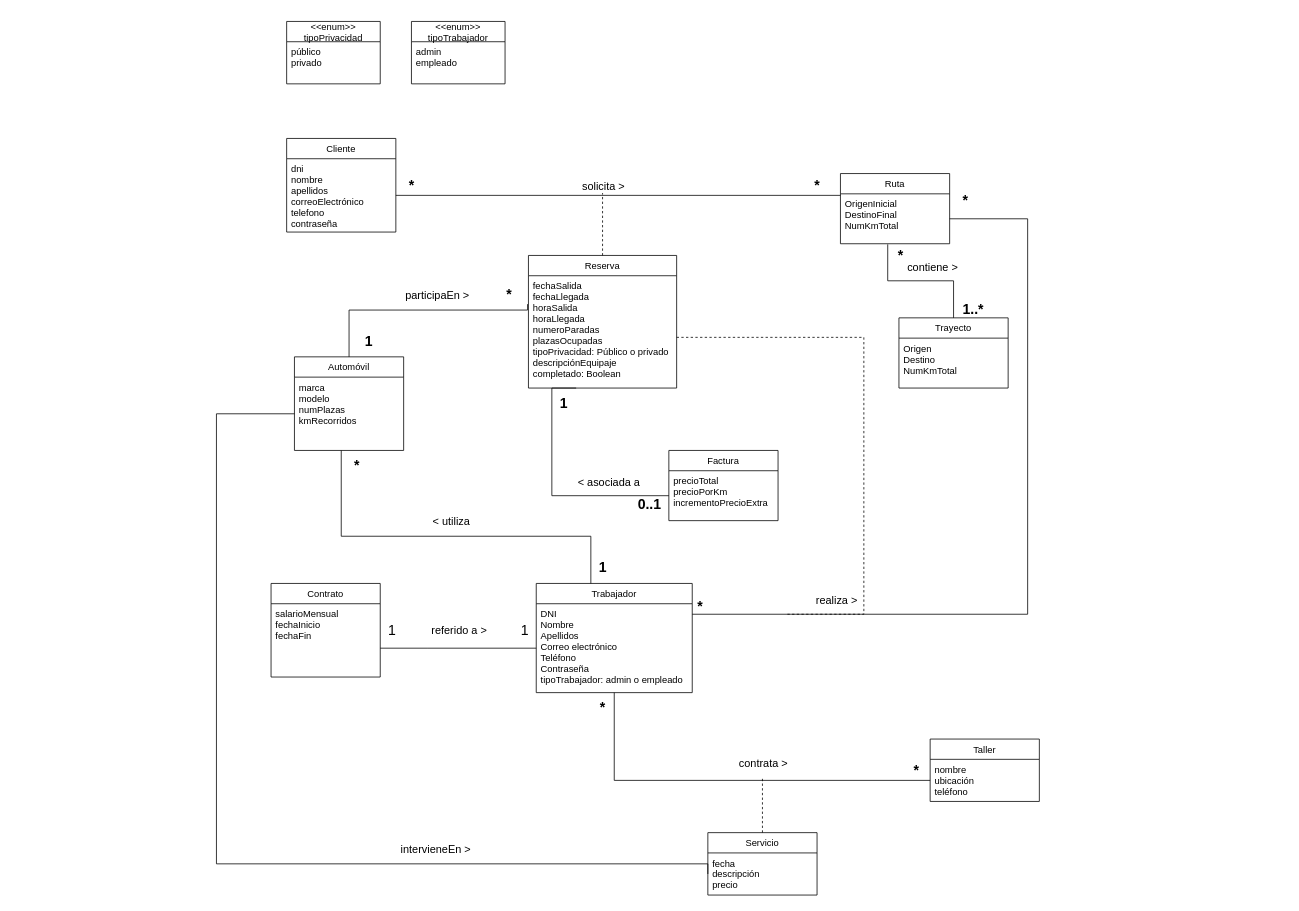
Earlier version of the draw.io diagram UML clase flotante.drawio (gii-is-DP1/dp1-2020-g2-3). Source tidied: cells renumbered, new cells numbered last; positions are measured from the earlier drawing's top-left corner, leaving out a move shared by most shapes. Both pictures are drawn from the tidied source at 78%, with x=0, y=0 at pixel (216, 21).
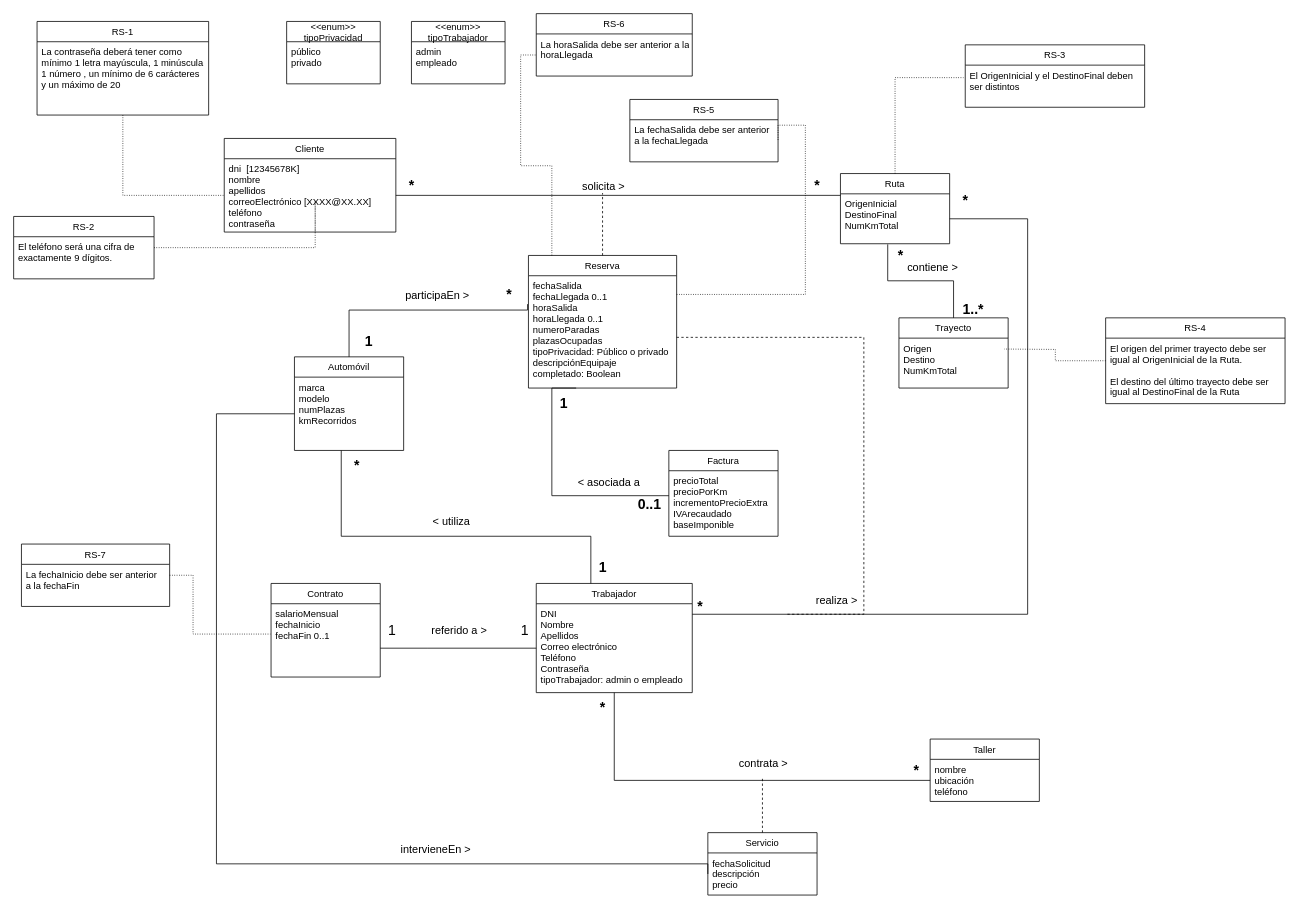
The same diagram, later.

The change refers to these unchanged cells:
```xml
<mxCell id="4" value="Ruta" style="swimlane;fontStyle=0;horizontal=1;startSize=26;fillColor=none;" parent="1" vertex="1">
  <mxGeometry x="800" y="195" width="140" height="90" as="geometry" />
</mxCell>
<mxCell id="13" value="Contrato" style="swimlane;fontStyle=0;horizontal=1;startSize=26;fillColor=none;" parent="1" vertex="1">
  <mxGeometry x="70" y="720.5" width="140" height="120" as="geometry" />
</mxCell>
<mxCell id="17" value="Trayecto" style="swimlane;fontStyle=0;horizontal=1;startSize=26;fillColor=none;" parent="1" vertex="1">
  <mxGeometry x="875" y="380" width="140" height="90" as="geometry" />
</mxCell>
<mxCell id="27" value="Reserva" style="swimlane;fontStyle=0;horizontal=1;startSize=26;fillColor=none;" parent="1" vertex="1">
  <mxGeometry x="400" y="300" width="190" height="170" as="geometry" />
</mxCell>
<mxCell id="48" value="Servicio" style="swimlane;fontStyle=0;horizontal=1;startSize=26;fillColor=none;" parent="1" vertex="1">
  <mxGeometry x="630" y="1040" width="140" height="80" as="geometry" />
</mxCell>
```

What changed in the source:
```diff
@@
     <mxCell id="2" value="Cliente" style="swimlane;fontStyle=0;horizontal=1;startSize=26;fillColor=none;" parent="1" vertex="1">
-      <mxGeometry x="90" y="150" width="140" height="120" as="geometry" />
+      <mxGeometry x="10" y="150" width="220" height="120" as="geometry" />
     </mxCell>
-    <mxCell id="3" value="dni&#10;nombre&#10;apellidos&#10;correoElectrónico&#10;telefono&#10;contraseña" style="text;strokeColor=none;fillColor=none;align=left;verticalAlign=top;spacingLeft=4;spacingRight=4;overflow=hidden;points=[[0,0.5],[1,0.5]];portConstraint=eastwest;" parent="2" vertex="1">
-      <mxGeometry y="26" width="140" height="94" as="geometry" />
+    <mxCell id="3" value="dni  [12345678K]&#10;nombre &#10;apellidos &#10;correoElectrónico [XXXX@XX.XX]&#10;teléfono &#10;contraseña" style="text;strokeColor=none;fillColor=none;align=left;verticalAlign=top;spacingLeft=4;spacingRight=4;overflow=hidden;points=[[0,0.5],[1,0.5]];portConstraint=eastwest;" parent="2" vertex="1">
+      <mxGeometry y="26" width="220" height="94" as="geometry" />
     </mxCell>
+    <mxCell id="63" style="edgeStyle=orthogonalEdgeStyle;rounded=0;jettySize=auto;html=1;entryX=-0.01;entryY=0.297;entryDx=0;entryDy=0;entryPerimeter=0;dashed=1;dashPattern=1 2;endArrow=none;endFill=0;" parent="1" edge="1" source="4" target="72">
+      <mxGeometry relative="1" as="geometry" />
+    </mxCell>
@@
-    <mxCell id="5" value="OrigenInicial&#10;DestinoFinal&#10;NumKmTotal" style="text;strokeColor=none;fillColor=none;align=left;verticalAlign=top;spacingLeft=4;spacingRight=4;overflow=hidden;points=[[0,0.5],[1,0.5]];portConstraint=eastwest;" parent="4" vertex="1">
+    <mxCell id="5" value="OrigenInicial&#10;DestinoFinal &#10;NumKmTotal " style="text;strokeColor=none;fillColor=none;align=left;verticalAlign=top;spacingLeft=4;spacingRight=4;overflow=hidden;points=[[0,0.5],[1,0.5]];portConstraint=eastwest;" parent="4" vertex="1">
       <mxGeometry y="26" width="140" height="64" as="geometry" />
     </mxCell>
@@
-    <mxCell id="14" value="salarioMensual&#10;fechaInicio&#10;fechaFin&#10;" style="text;strokeColor=none;fillColor=none;align=left;verticalAlign=top;spacingLeft=4;spacingRight=4;overflow=hidden;points=[[0,0.5],[1,0.5]];portConstraint=eastwest;" parent="13" vertex="1">
+    <mxCell id="14" value="salarioMensual&#10;fechaInicio&#10;fechaFin 0..1&#10;" style="text;strokeColor=none;fillColor=none;align=left;verticalAlign=top;spacingLeft=4;spacingRight=4;overflow=hidden;points=[[0,0.5],[1,0.5]];portConstraint=eastwest;" parent="13" vertex="1">
       <mxGeometry y="26" width="140" height="94" as="geometry" />
     </mxCell>
@@
-    <mxCell id="18" value="Origen&#10;Destino&#10;NumKmTotal" style="text;strokeColor=none;fillColor=none;align=left;verticalAlign=top;spacingLeft=4;spacingRight=4;overflow=hidden;" parent="17" vertex="1">
+    <mxCell id="18" value="Origen&#10;Destino &#10;NumKmTotal " style="text;strokeColor=none;fillColor=none;align=left;verticalAlign=top;spacingLeft=4;spacingRight=4;overflow=hidden;" parent="17" vertex="1">
       <mxGeometry y="26" width="140" height="64" as="geometry" />
     </mxCell>
@@
+    <mxCell id="64" style="edgeStyle=orthogonalEdgeStyle;rounded=0;jettySize=auto;html=1;dashed=1;dashPattern=1 2;endArrow=none;endFill=0;" parent="1" edge="1" source="27" target="80">
+      <mxGeometry relative="1" as="geometry">
+        <Array as="points">
+          <mxPoint x="430" y="185" />
+          <mxPoint x="390" y="185" />
+          <mxPoint x="390" y="43" />
+        </Array>
+      </mxGeometry>
+    </mxCell>
@@
-    <mxCell id="28" value="fechaSalida&#10;fechaLlegada&#10;horaSalida&#10;horaLlegada&#10;numeroParadas&#10;plazasOcupadas&#10;tipoPrivacidad: Público o privado&#10;descripciónEquipaje&#10;completado: Boolean&#10;" style="text;strokeColor=none;fillColor=none;align=left;verticalAlign=top;spacingLeft=4;spacingRight=4;overflow=hidden;points=[[0,0.5],[1,0.5]];portConstraint=eastwest;" parent="27" vertex="1">
+    <mxCell id="28" value="fechaSalida&#10;fechaLlegada 0..1&#10;horaSalida&#10;horaLlegada 0..1&#10;numeroParadas&#10;plazasOcupadas&#10;tipoPrivacidad: Público o privado&#10;descripciónEquipaje&#10;completado: Boolean&#10;" style="text;strokeColor=none;fillColor=none;align=left;verticalAlign=top;spacingLeft=4;spacingRight=4;overflow=hidden;points=[[0,0.5],[1,0.5]];portConstraint=eastwest;" parent="27" vertex="1">
       <mxGeometry y="26" width="190" height="144" as="geometry" />
     </mxCell>
@@
-    <mxCell id="49" value="fecha&#10;descripción&#10;precio" style="text;strokeColor=none;fillColor=none;align=left;verticalAlign=top;spacingLeft=4;spacingRight=4;overflow=hidden;points=[[0,0.5],[1,0.5]];portConstraint=eastwest;" parent="48" vertex="1">
+    <mxCell id="49" value="fechaSolicitud&#10;descripción&#10;precio" style="text;strokeColor=none;fillColor=none;align=left;verticalAlign=top;spacingLeft=4;spacingRight=4;overflow=hidden;points=[[0,0.5],[1,0.5]];portConstraint=eastwest;" parent="48" vertex="1">
       <mxGeometry y="26" width="140" height="54" as="geometry" />
     </mxCell>
@@
     <mxCell id="60" value="Factura" style="swimlane;fontStyle=0;horizontal=1;startSize=26;fillColor=none;" parent="1" vertex="1">
-      <mxGeometry x="580" y="550" width="140" height="90" as="geometry" />
+      <mxGeometry x="580" y="550" width="140" height="110" as="geometry" />
     </mxCell>
-    <mxCell id="61" value="precioTotal&#10;precioPorKm&#10;incrementoPrecioExtra" style="text;strokeColor=none;fillColor=none;align=left;verticalAlign=top;spacingLeft=4;spacingRight=4;overflow=hidden;points=[[0,0.5],[1,0.5]];portConstraint=eastwest;" parent="60" vertex="1">
-      <mxGeometry y="26" width="140" height="64" as="geometry" />
+    <mxCell id="61" value="precioTotal&#10;precioPorKm&#10;incrementoPrecioExtra&#10;IVArecaudado&#10;baseImponible" style="text;strokeColor=none;fillColor=none;align=left;verticalAlign=top;spacingLeft=4;spacingRight=4;overflow=hidden;points=[[0,0.5],[1,0.5]];portConstraint=eastwest;" parent="60" vertex="1">
+      <mxGeometry y="26" width="140" height="84" as="geometry" />
     </mxCell>
@@
+    <mxCell id="65" style="edgeStyle=orthogonalEdgeStyle;rounded=0;jettySize=auto;html=1;entryX=0;entryY=0.5;entryDx=0;entryDy=0;endArrow=none;endFill=0;dashed=1;dashPattern=1 2;" parent="1" edge="1" source="66" target="3">
+      <mxGeometry relative="1" as="geometry" />
+    </mxCell>
+    <mxCell id="66" value="RS-1" style="swimlane;fontStyle=0;horizontal=1;startSize=26;fillColor=none;" parent="1" vertex="1">
+      <mxGeometry x="-230" width="220" height="120" as="geometry" />
+    </mxCell>
+    <mxCell id="67" value="La contraseña deberá tener como&#10;mínimo 1 letra mayúscula, 1 minúscula&#10;1 número , un mínimo de 6 carácteres&#10;y un máximo de 20" style="text;strokeColor=none;fillColor=none;align=left;verticalAlign=top;spacingLeft=4;spacingRight=4;overflow=hidden;" parent="66" vertex="1">
+      <mxGeometry y="26" width="220" height="94" as="geometry" />
+    </mxCell>
+    <mxCell id="68" style="edgeStyle=orthogonalEdgeStyle;rounded=0;jettySize=auto;html=1;entryX=0.53;entryY=1.007;entryDx=0;entryDy=0;entryPerimeter=0;dashed=1;dashPattern=1 2;endArrow=none;endFill=0;" parent="1" edge="1" source="69" target="3">
+      <mxGeometry relative="1" as="geometry" />
+    </mxCell>
+    <mxCell id="69" value="RS-2" style="swimlane;fontStyle=0;horizontal=1;startSize=26;fillColor=none;" parent="1" vertex="1">
+      <mxGeometry x="-260" y="250" width="180" height="80" as="geometry" />
+    </mxCell>
+    <mxCell id="70" value="El teléfono será una cifra de&#10;exactamente 9 dígitos." style="text;strokeColor=none;fillColor=none;align=left;verticalAlign=top;spacingLeft=4;spacingRight=4;overflow=hidden;" parent="69" vertex="1">
+      <mxGeometry y="26" width="180" height="54" as="geometry" />
+    </mxCell>
+    <mxCell id="71" value="RS-3" style="swimlane;fontStyle=0;horizontal=1;startSize=26;fillColor=none;" parent="1" vertex="1">
+      <mxGeometry x="960" y="30" width="230" height="80" as="geometry" />
+    </mxCell>
+    <mxCell id="72" value="El OrigenInicial y el DestinoFinal deben&#10;ser distintos" style="text;strokeColor=none;fillColor=none;align=left;verticalAlign=top;spacingLeft=4;spacingRight=4;overflow=hidden;points=[[0,0.5],[1,0.5]];portConstraint=eastwest;" parent="71" vertex="1">
+      <mxGeometry y="26" width="230" height="54" as="geometry" />
+    </mxCell>
+    <mxCell id="73" style="edgeStyle=orthogonalEdgeStyle;rounded=0;jettySize=auto;html=1;dashed=1;dashPattern=1 2;endArrow=none;endFill=0;" parent="1" edge="1" source="74">
+      <mxGeometry relative="1" as="geometry">
+        <mxPoint x="1010" y="420" as="targetPoint" />
+      </mxGeometry>
+    </mxCell>
+    <mxCell id="74" value="RS-4" style="swimlane;fontStyle=0;horizontal=1;startSize=26;fillColor=none;" parent="1" vertex="1">
+      <mxGeometry x="1140" y="380" width="230" height="110" as="geometry" />
+    </mxCell>
+    <mxCell id="75" value="El origen del primer trayecto debe ser&#10;igual al OrigenInicial de la Ruta.&#10;&#10;El destino del último trayecto debe ser &#10;igual al DestinoFinal de la Ruta" style="text;strokeColor=none;fillColor=none;align=left;verticalAlign=top;spacingLeft=4;spacingRight=4;overflow=hidden;" parent="74" vertex="1">
+      <mxGeometry y="26" width="230" height="84" as="geometry" />
+    </mxCell>
+    <mxCell id="76" value="RS-5" style="swimlane;fontStyle=0;horizontal=1;startSize=26;fillColor=none;" parent="1" vertex="1">
+      <mxGeometry x="530" y="100" width="190" height="80" as="geometry" />
+    </mxCell>
+    <mxCell id="77" value="La fechaSalida debe ser anterior&#10;a la fechaLlegada" style="text;strokeColor=none;fillColor=none;align=left;verticalAlign=top;spacingLeft=4;spacingRight=4;overflow=hidden;points=[[0,0.5],[1,0.5]];portConstraint=eastwest;" parent="76" vertex="1">
+      <mxGeometry y="26" width="190" height="54" as="geometry" />
+    </mxCell>
+    <mxCell id="78" style="edgeStyle=orthogonalEdgeStyle;rounded=0;jettySize=auto;html=1;entryX=1;entryY=0.5;entryDx=0;entryDy=0;dashed=1;dashPattern=1 2;endArrow=none;endFill=0;" parent="1" edge="1" source="28" target="77">
+      <mxGeometry relative="1" as="geometry">
+        <Array as="points">
+          <mxPoint x="755" y="350" />
+          <mxPoint x="755" y="133" />
+        </Array>
+      </mxGeometry>
+    </mxCell>
+    <mxCell id="79" value="RS-6" style="swimlane;fontStyle=0;horizontal=1;startSize=26;fillColor=none;" parent="1" vertex="1">
+      <mxGeometry x="410" y="-10" width="200" height="80" as="geometry" />
+    </mxCell>
+    <mxCell id="80" value="La horaSalida debe ser anterior a la &#10;horaLlegada" style="text;strokeColor=none;fillColor=none;align=left;verticalAlign=top;spacingLeft=4;spacingRight=4;overflow=hidden;points=[[0,0.5],[1,0.5]];portConstraint=eastwest;" parent="79" vertex="1">
+      <mxGeometry y="26" width="200" height="54" as="geometry" />
+    </mxCell>
+    <mxCell id="81" style="edgeStyle=orthogonalEdgeStyle;rounded=0;jettySize=auto;html=1;entryX=-0.006;entryY=0.414;entryDx=0;entryDy=0;entryPerimeter=0;dashed=1;dashPattern=1 2;endArrow=none;endFill=0;" parent="1" edge="1" source="82" target="14">
+      <mxGeometry relative="1" as="geometry">
+        <Array as="points">
+          <mxPoint x="-30" y="710" />
+          <mxPoint x="-30" y="785" />
+        </Array>
+      </mxGeometry>
+    </mxCell>
+    <mxCell id="82" value="RS-7" style="swimlane;fontStyle=0;horizontal=1;startSize=26;fillColor=none;" parent="1" vertex="1">
+      <mxGeometry x="-250" y="670" width="190" height="80" as="geometry" />
+    </mxCell>
+    <mxCell id="83" value="La fechaInicio debe ser anterior&#10;a la fechaFin" style="text;strokeColor=none;fillColor=none;align=left;verticalAlign=top;spacingLeft=4;spacingRight=4;overflow=hidden;" parent="82" vertex="1">
+      <mxGeometry y="26" width="190" height="54" as="geometry" />
+    </mxCell>
```
